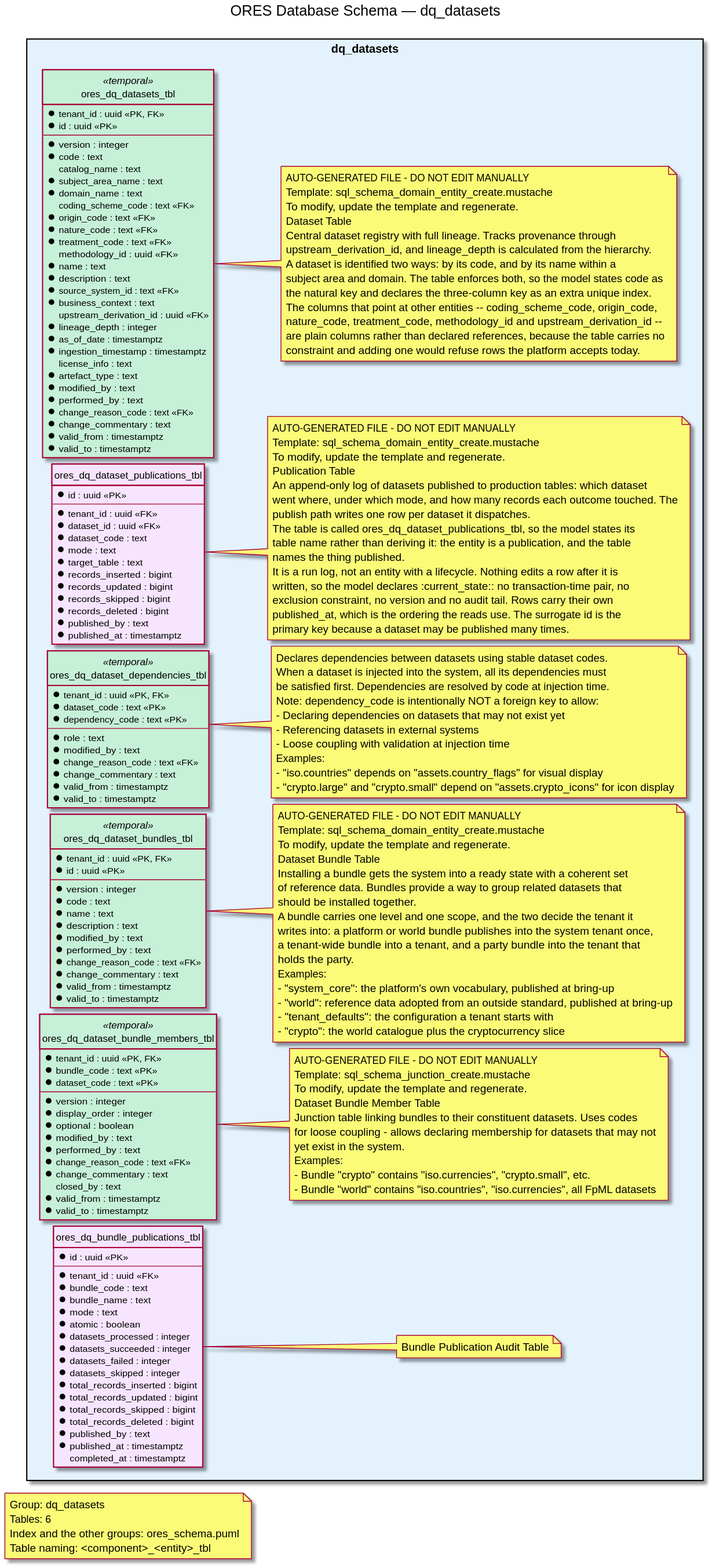
Earlier version of the PlantUML export projects/ores.sql/modeling/ores_schema.dq_datasets.svg (OreStudio/OreStudio).
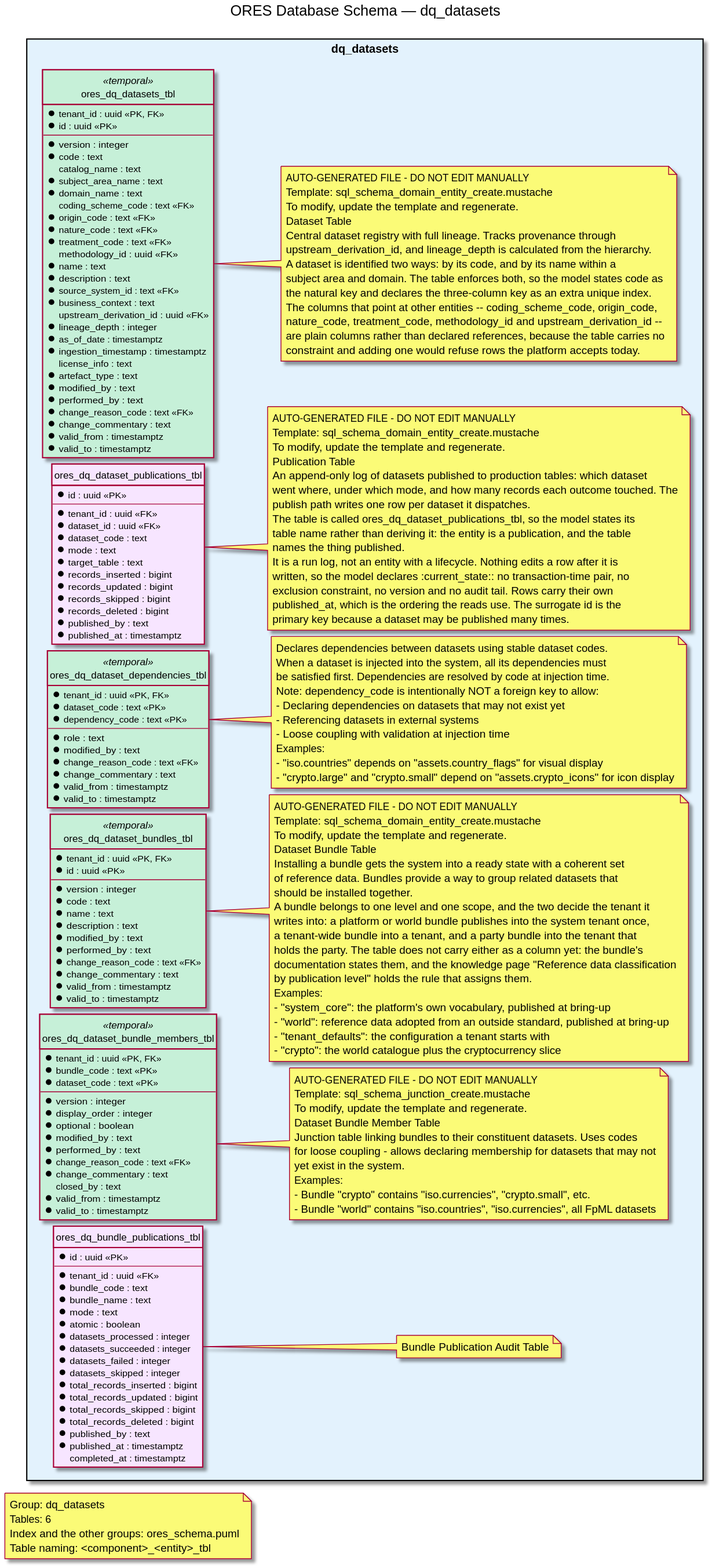
After the commit.

Diff of the diagram source:
```diff
@@ -96,10 +96,12 @@
     Installing a bundle gets the system into a ready state with a coherent set
     of reference data. Bundles provide a way to group related datasets that
     should be installed together.
-    A bundle carries one level and one scope, and the two decide the tenant it
+    A bundle belongs to one level and one scope, and the two decide the tenant it
     writes into: a platform or world bundle publishes into the system tenant once,
     a tenant-wide bundle into a tenant, and a party bundle into the tenant that
-    holds the party.
+    holds the party. The table does not carry either as a column yet: the bundle's
+    documentation states them, and the knowledge page "Reference data classification
+    by publication level" holds the rule that assigns them.
     Examples:
     - "system_core": the platform's own vocabulary, published at bring-up
     - "world": reference data adopted from an outside standard, published at bring-up
```
